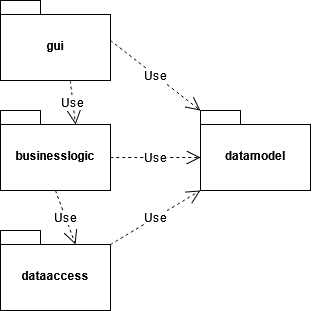
The draw.io diagram PackageDiagram.drawio.png in 70NEL/TasksManagement, before a commit. Source tidied: cells renumbered, new cells last; positions are measured from the earlier drawing's top-left corner, leaving out a move shared by most shapes.
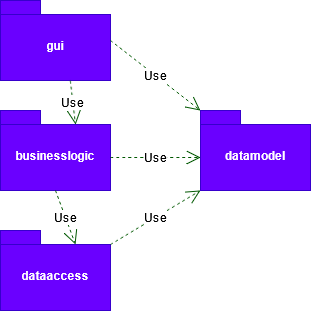
Later version of the same file.

Diff of the diagram source:
```diff
@@ -2,33 +2,33 @@
   <root>
     <mxCell id="0" />
     <mxCell id="1" parent="0" />
-    <mxCell id="2" value="gui" style="shape=folder;fontStyle=1;spacingTop=10;tabWidth=40;tabHeight=14;tabPosition=left;html=1;whiteSpace=wrap;" parent="1" vertex="1">
+    <mxCell id="2" value="gui" style="shape=folder;fontStyle=1;spacingTop=10;tabWidth=40;tabHeight=14;tabPosition=left;html=1;whiteSpace=wrap;fillColor=#6a00ff;fontColor=#ffffff;strokeColor=#3700CC;" parent="1" vertex="1">
       <mxGeometry width="110" height="80" as="geometry" />
     </mxCell>
-    <mxCell id="3" value="businesslogic" style="shape=folder;fontStyle=1;spacingTop=10;tabWidth=40;tabHeight=14;tabPosition=left;html=1;whiteSpace=wrap;" parent="1" vertex="1">
+    <mxCell id="3" value="businesslogic" style="shape=folder;fontStyle=1;spacingTop=10;tabWidth=40;tabHeight=14;tabPosition=left;html=1;whiteSpace=wrap;fillColor=#6a00ff;fontColor=#ffffff;strokeColor=#3700CC;" parent="1" vertex="1">
       <mxGeometry y="110" width="110" height="80" as="geometry" />
     </mxCell>
-    <mxCell id="4" value="dataaccess" style="shape=folder;fontStyle=1;spacingTop=10;tabWidth=40;tabHeight=14;tabPosition=left;html=1;whiteSpace=wrap;" parent="1" vertex="1">
+    <mxCell id="4" value="dataaccess" style="shape=folder;fontStyle=1;spacingTop=10;tabWidth=40;tabHeight=14;tabPosition=left;html=1;whiteSpace=wrap;fillColor=#6a00ff;fontColor=#ffffff;strokeColor=#3700CC;" parent="1" vertex="1">
       <mxGeometry y="230" width="110" height="80" as="geometry" />
     </mxCell>
-    <mxCell id="5" value="datamodel" style="shape=folder;fontStyle=1;spacingTop=10;tabWidth=40;tabHeight=14;tabPosition=left;html=1;whiteSpace=wrap;" parent="1" vertex="1">
+    <mxCell id="5" value="datamodel" style="shape=folder;fontStyle=1;spacingTop=10;tabWidth=40;tabHeight=14;tabPosition=left;html=1;whiteSpace=wrap;fillColor=#6a00ff;fontColor=#ffffff;strokeColor=#3700CC;" parent="1" vertex="1">
       <mxGeometry x="200" y="110" width="110" height="80" as="geometry" />
     </mxCell>
-    <mxCell id="6" value="Use" style="endArrow=open;endSize=12;dashed=1;html=1;rounded=0;fontSize=12;curved=1;entryX=0;entryY=0;entryDx=0;entryDy=0;entryPerimeter=0;" parent="1" edge="1" target="5">
+    <mxCell id="6" value="Use" style="endArrow=open;endSize=12;dashed=1;html=1;rounded=0;fontSize=12;curved=1;entryX=0;entryY=0;entryDx=0;entryDy=0;entryPerimeter=0;fillColor=#008a00;strokeColor=#005700;" parent="1" edge="1" target="5">
       <mxGeometry relative="1" as="geometry">
         <mxPoint x="110" y="40" as="sourcePoint" />
       </mxGeometry>
     </mxCell>
-    <mxCell id="7" value="Use" style="endArrow=open;endSize=12;dashed=1;html=1;rounded=0;fontSize=12;curved=1;entryX=0;entryY=0;entryDx=0;entryDy=80;entryPerimeter=0;exitX=0;exitY=0;exitDx=110;exitDy=14;exitPerimeter=0;" parent="1" edge="1" source="4" target="5">
+    <mxCell id="7" value="Use" style="endArrow=open;endSize=12;dashed=1;html=1;rounded=0;fontSize=12;curved=1;entryX=0;entryY=0;entryDx=0;entryDy=80;entryPerimeter=0;exitX=0;exitY=0;exitDx=110;exitDy=14;exitPerimeter=0;fillColor=#008a00;strokeColor=#005700;" parent="1" edge="1" source="4" target="5">
       <mxGeometry relative="1" as="geometry" />
     </mxCell>
-    <mxCell id="8" value="Use" style="endArrow=open;endSize=12;dashed=1;html=1;rounded=0;fontSize=12;curved=1;entryX=0;entryY=0;entryDx=0;entryDy=47;entryPerimeter=0;exitX=0;exitY=0;exitDx=110;exitDy=47;exitPerimeter=0;" parent="1" edge="1" source="3" target="5">
+    <mxCell id="8" value="Use" style="endArrow=open;endSize=12;dashed=1;html=1;rounded=0;fontSize=12;curved=1;entryX=0;entryY=0;entryDx=0;entryDy=47;entryPerimeter=0;exitX=0;exitY=0;exitDx=110;exitDy=47;exitPerimeter=0;fillColor=#008a00;strokeColor=#005700;" parent="1" edge="1" source="3" target="5">
       <mxGeometry relative="1" as="geometry" />
     </mxCell>
-    <mxCell id="9" value="Use" style="endArrow=open;endSize=12;dashed=1;html=1;rounded=0;fontSize=12;curved=1;entryX=0;entryY=0;entryDx=75;entryDy=14;entryPerimeter=0;exitX=0.635;exitY=1.002;exitDx=0;exitDy=0;exitPerimeter=0;" parent="1" edge="1" source="2" target="3">
+    <mxCell id="9" value="Use" style="endArrow=open;endSize=12;dashed=1;html=1;rounded=0;fontSize=12;curved=1;entryX=0;entryY=0;entryDx=75;entryDy=14;entryPerimeter=0;exitX=0.635;exitY=1.002;exitDx=0;exitDy=0;exitPerimeter=0;fillColor=#008a00;strokeColor=#005700;" parent="1" edge="1" source="2" target="3">
       <mxGeometry relative="1" as="geometry" />
     </mxCell>
-    <mxCell id="10" value="Use" style="endArrow=open;endSize=12;dashed=1;html=1;rounded=0;fontSize=12;curved=1;entryX=0;entryY=0;entryDx=75;entryDy=14;entryPerimeter=0;exitX=0.5;exitY=1;exitDx=0;exitDy=0;exitPerimeter=0;" parent="1" edge="1" source="3" target="4">
+    <mxCell id="10" value="Use" style="endArrow=open;endSize=12;dashed=1;html=1;rounded=0;fontSize=12;curved=1;entryX=0;entryY=0;entryDx=75;entryDy=14;entryPerimeter=0;exitX=0.5;exitY=1;exitDx=0;exitDy=0;exitPerimeter=0;fillColor=#008a00;strokeColor=#005700;" parent="1" edge="1" source="3" target="4">
       <mxGeometry relative="1" as="geometry" />
     </mxCell>
   </root>
```
